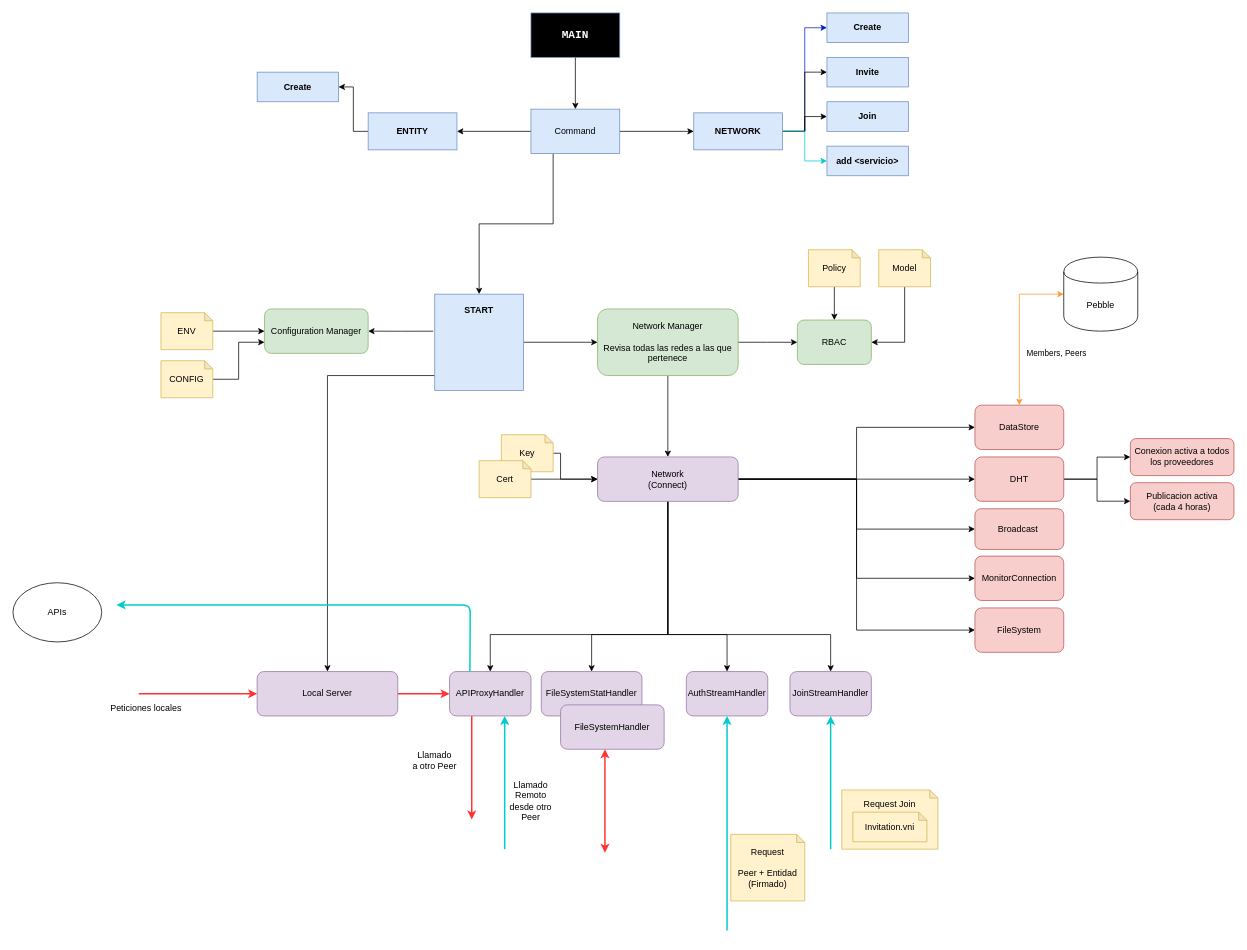
Above: page "App Arquitecture" (2 of 5) of documentantion/Inador.drawio in daille/veredarii (draw.io), before the change. Source tidied: cells renumbered, new cells numbered last; positions are measured from the earlier drawing's top-left corner, leaving out a move shared by most shapes. Both pictures are drawn from the tidied source at 74%, with x=0, y=0 at pixel (13, 13).
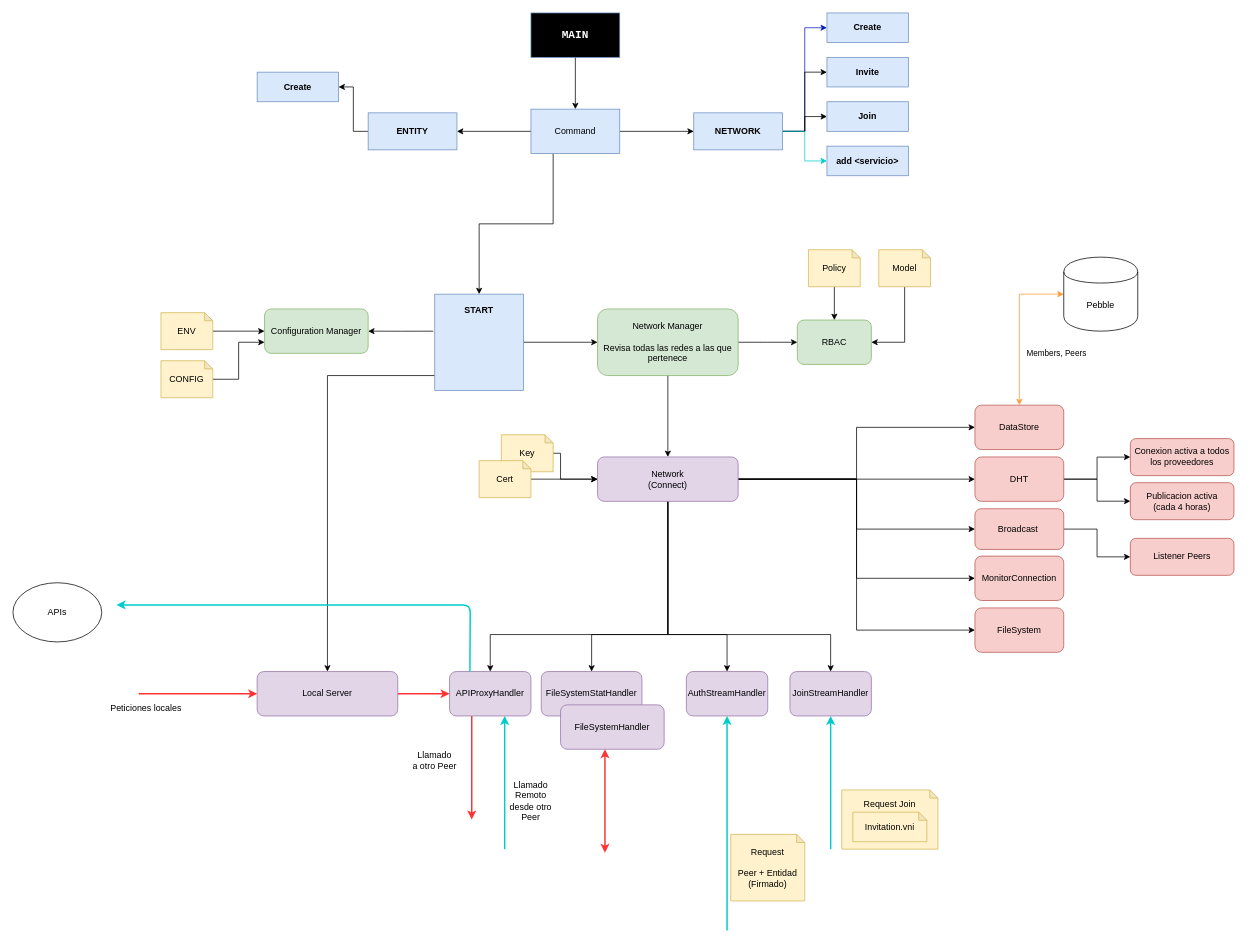
After the change.

Commit message (it also covers changes not shown here):
Eliminacion de codigo basura

verificacion de firma antes de envio, pero con datos en duro de una
prueba anterior

The change refers to these unchanged cells:
```xml
<mxCell id="63" value="Broadcast&amp;nbsp;" style="rounded=1;whiteSpace=wrap;html=1;fillColor=#f8cecc;strokeColor=#b85450;" parent="1" vertex="1">
  <mxGeometry x="1300" y="670" width="120" height="55" as="geometry" />
</mxCell>
```

What changed in the source:
```diff
@@
+    <mxCell id="83" style="edgeStyle=orthogonalEdgeStyle;rounded=0;jettySize=auto;html=1;entryX=0;entryY=0.5;entryDx=0;entryDy=0;" parent="1" edge="1" source="63" target="84">
+      <mxGeometry relative="1" as="geometry" />
+    </mxCell>
@@
+    <mxCell id="84" value="Listener Peers" style="rounded=1;whiteSpace=wrap;html=1;fillColor=#f8cecc;strokeColor=#b85450;" parent="1" vertex="1">
+      <mxGeometry x="1510" y="710" width="140" height="50" as="geometry" />
+    </mxCell>
```
